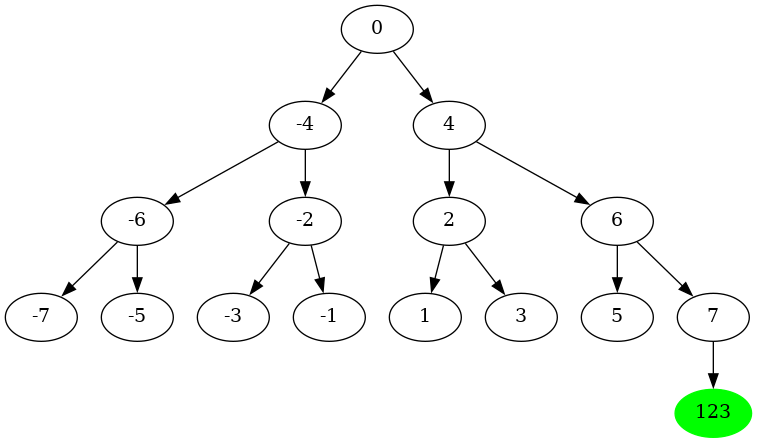
Les-Alchimistes-Labs/AlgorithmVisualizer keeps this Graphviz diagram as algorithm_visualizer/src/save/tmp/tree.png. Above is the earlier version. Its source is kept beside it as algorithm_visualizer/src/save/tmp/tree.dot.
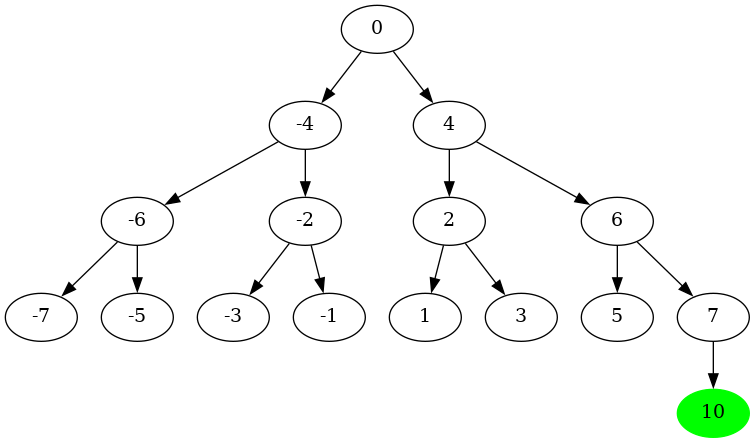
The same diagram one commit later.

The edit, as a diff of the source:
```diff
@@ -14,7 +14,7 @@
 n6 [label="6"]
 n5 [label="5"]
 n7 [label="7"]
-n123 [label="123", style = filled , color = green]
+n10 [label="10", style = filled , color = green]
 n0->n_4
 n0->n4
 n_4->n_6
@@ -29,5 +29,5 @@
 n2->n3
 n6->n5
 n6->n7
-n7->n123
+n7->n10
 }
```
